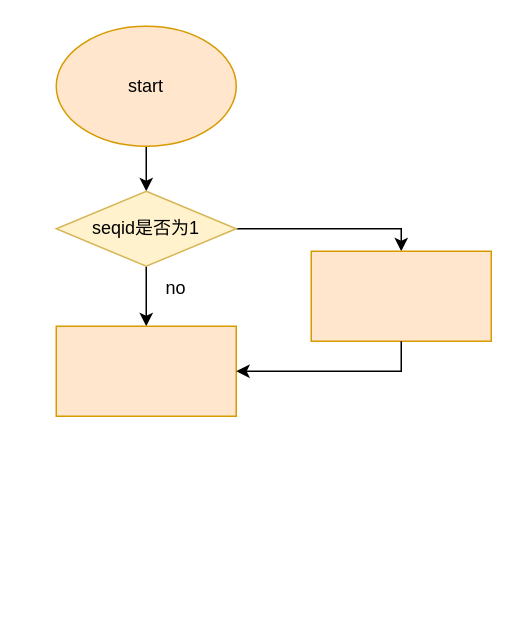
This is sequence.drawio from Kakoyi945/cloud, a draw.io file, before an edit. Source tidied: cells renumbered, new cells numbered last; positions are measured from the earlier drawing's top-left corner, leaving out a move shared by most shapes. Both pictures are drawn from the tidied source at 150%, with x=0, y=0 at pixel (56, 26).
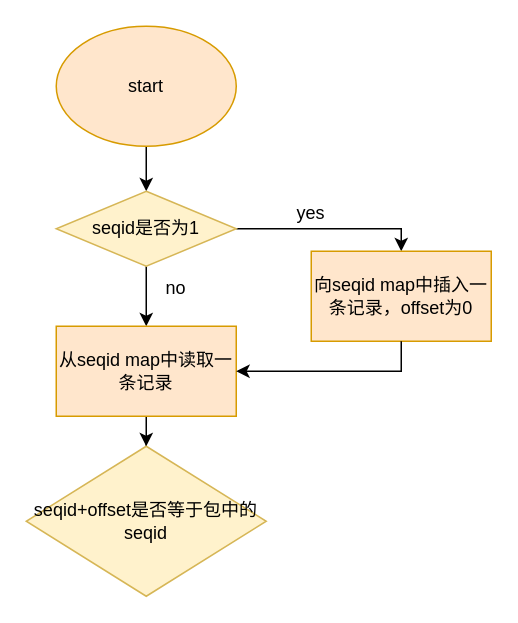
After the change.

The edit, as a diff of the source:
```diff
@@
 <mxGraphModel>
   <root>
     <mxCell id="0" />
     <mxCell id="1" parent="0" />
     <mxCell id="2" style="edgeStyle=orthogonalEdgeStyle;rounded=0;jettySize=auto;html=1;" parent="1" edge="1" source="3" target="6">
       <mxGeometry relative="1" as="geometry" />
     </mxCell>
     <mxCell id="3" value="start" style="ellipse;whiteSpace=wrap;html=1;fillColor=#ffe6cc;strokeColor=#d79b00;" parent="1" vertex="1">
       <mxGeometry width="120" height="80" as="geometry" />
     </mxCell>
     <mxCell id="4" style="edgeStyle=orthogonalEdgeStyle;rounded=0;jettySize=auto;html=1;" parent="1" edge="1" source="6" target="7">
       <mxGeometry relative="1" as="geometry" />
     </mxCell>
     <mxCell id="5" style="edgeStyle=orthogonalEdgeStyle;rounded=0;jettySize=auto;html=1;exitX=1;exitY=0.5;exitDx=0;exitDy=0;entryX=0.5;entryY=0;entryDx=0;entryDy=0;" parent="1" edge="1" source="6" target="9">
       <mxGeometry relative="1" as="geometry">
         <Array as="points">
           <mxPoint x="230" y="135" />
         </Array>
       </mxGeometry>
     </mxCell>
     <mxCell id="6" value="seqid是否为1" style="rhombus;whiteSpace=wrap;html=1;fillColor=#fff2cc;strokeColor=#d6b656;" parent="1" vertex="1">
       <mxGeometry y="110" width="120" height="50" as="geometry" />
     </mxCell>
+    <mxCell id="11" style="edgeStyle=orthogonalEdgeStyle;rounded=0;jettySize=auto;html=1;" parent="1" edge="1" source="7" target="13">
+      <mxGeometry relative="1" as="geometry" />
+    </mxCell>
-    <mxCell id="7" style="whiteSpace=wrap;html=1;fillColor=#ffe6cc;strokeColor=#d79b00;" parent="1" vertex="1">
+    <mxCell id="7" value="从seqid map中读取一条记录" style="whiteSpace=wrap;html=1;fillColor=#ffe6cc;strokeColor=#d79b00;" parent="1" vertex="1">
       <mxGeometry y="200" width="120" height="60" as="geometry" />
     </mxCell>
     <mxCell id="8" value="no" style="text;html=1;strokeColor=none;fillColor=none;align=center;verticalAlign=middle;whiteSpace=wrap;rounded=0;" parent="1" vertex="1">
       <mxGeometry x="50" y="160" width="60" height="30" as="geometry" />
     </mxCell>
-    <mxCell id="9" style="rounded=0;whiteSpace=wrap;html=1;fillColor=#ffe6cc;strokeColor=#d79b00;" parent="1" vertex="1">
+    <mxCell id="9" value="向seqid map中插入一条记录，offset为0" style="rounded=0;whiteSpace=wrap;html=1;fillColor=#ffe6cc;strokeColor=#d79b00;" parent="1" vertex="1">
       <mxGeometry x="170" y="150" width="120" height="60" as="geometry" />
     </mxCell>
     <mxCell id="10" style="endArrow=classic;html=1;rounded=0;entryX=1;entryY=0.5;entryDx=0;entryDy=0;exitX=0.5;exitY=1;exitDx=0;exitDy=0;" parent="1" edge="1" source="9" target="7">
       <mxGeometry relative="1" as="geometry">
         <Array as="points">
           <mxPoint x="230" y="230" />
         </Array>
       </mxGeometry>
     </mxCell>
+    <mxCell id="12" value="yes" style="text;html=1;strokeColor=none;fillColor=none;align=center;verticalAlign=middle;whiteSpace=wrap;rounded=0;" parent="1" vertex="1">
+      <mxGeometry x="140" y="110" width="60" height="30" as="geometry" />
+    </mxCell>
+    <mxCell id="13" value="seqid+offset是否等于包中的seqid" style="rhombus;whiteSpace=wrap;html=1;fillColor=#fff2cc;strokeColor=#d6b656;" parent="1" vertex="1">
+      <mxGeometry x="-20" y="280" width="160" height="100" as="geometry" />
+    </mxCell>
   </root>
 </mxGraphModel>
```
